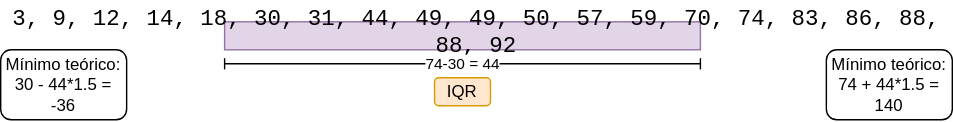
This is images/quart.drawio.svg from spideryzarc/labCD, a draw.io export, as it was before one commit. Source tidied: cells renumbered, new cells last; positions are measured from the earlier drawing's top-left corner, leaving out a move shared by most shapes. Source of this version:
```xml
<mxGraphModel>
  <root>
    <mxCell id="0" />
    <mxCell id="1" parent="0" />
    <mxCell id="2" style="rounded=0;whiteSpace=wrap;html=1;fillColor=#e1d5e7;strokeColor=#9673a6;" parent="1" vertex="1">
      <mxGeometry x="160" y="4" width="340" height="20" as="geometry" />
    </mxCell>
    <mxCell id="3" value="&lt;br&gt;&lt;span style=&quot;font-family: Liberation, Consolas, &amp;quot;Courier New&amp;quot;, monospace; font-size: 16px; font-style: normal; font-variant-ligatures: normal; font-variant-caps: normal; font-weight: 400; letter-spacing: normal; orphans: 2; text-align: start; text-indent: 0px; text-transform: none; widows: 2; word-spacing: 0px; -webkit-text-stroke-width: 0px; text-decoration-thickness: initial; text-decoration-style: initial; text-decoration-color: initial;&quot;&gt;3,  9, 12, 14, 18, 30, 31, 44, 49, 49, 50, 57, 59, 70, 74, 83, 86,&amp;nbsp;&lt;/span&gt;&lt;span style=&quot;font-family: Liberation, Consolas, &amp;quot;Courier New&amp;quot;, monospace; font-size: 16px; font-style: normal; font-variant-ligatures: normal; font-variant-caps: normal; font-weight: 400; letter-spacing: normal; orphans: 2; text-align: start; text-indent: 0px; text-transform: none; widows: 2; word-spacing: 0px; -webkit-text-stroke-width: 0px; text-decoration-thickness: initial; text-decoration-style: initial; text-decoration-color: initial;&quot;&gt;88, 88, 92&lt;/span&gt;&lt;br&gt;" style="text;html=1;align=center;verticalAlign=middle;whiteSpace=wrap;rounded=0;fillColor=none;fontColor=#000000;" parent="1" vertex="1">
      <mxGeometry width="680" height="10" as="geometry" />
    </mxCell>
    <mxCell id="4" value="74-30 = 44" style="endArrow=baseDash;startArrow=baseDash;html=1;startFill=0;endFill=0;" parent="1" edge="1">
      <mxGeometry relative="1" as="geometry">
        <mxPoint x="160" y="34" as="sourcePoint" />
        <mxPoint x="500" y="34" as="targetPoint" />
      </mxGeometry>
    </mxCell>
    <mxCell id="5" value="IQR" style="rounded=1;whiteSpace=wrap;html=1;fillColor=#ffe6cc;strokeColor=#d79b00;" parent="1" vertex="1">
      <mxGeometry x="310" y="44" width="40" height="20" as="geometry" />
    </mxCell>
    <mxCell id="6" value="Mínimo teórico: &lt;br&gt;30 - 44*1.5 =&lt;br&gt;-36" style="rounded=1;whiteSpace=wrap;html=1;" parent="1" vertex="1">
      <mxGeometry y="24" width="90" height="50" as="geometry" />
    </mxCell>
    <mxCell id="7" value="Mínimo teórico: &lt;br&gt;74 + 44*1.5 =&lt;br&gt;140" style="rounded=1;whiteSpace=wrap;html=1;" parent="1" vertex="1">
      <mxGeometry x="590" y="24" width="90" height="50" as="geometry" />
    </mxCell>
  </root>
</mxGraphModel>
```
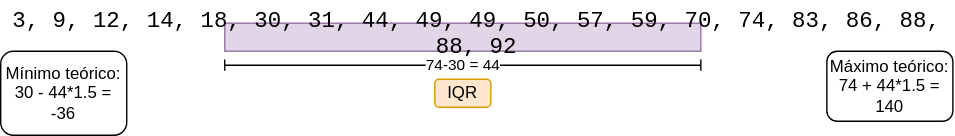
The same file after the commit.

Commit message:
Atualizar estatistica.md com correções no cálculo da média e exemplos

Diff of the diagram source:
```diff
@@ -18,9 +18,9 @@
       <mxGeometry x="310" y="44" width="40" height="20" as="geometry" />
     </mxCell>
     <mxCell id="6" value="Mínimo teórico: &lt;br&gt;30 - 44*1.5 =&lt;br&gt;-36" style="rounded=1;whiteSpace=wrap;html=1;" parent="1" vertex="1">
-      <mxGeometry y="24" width="90" height="50" as="geometry" />
+      <mxGeometry y="24" width="90" height="60" as="geometry" />
     </mxCell>
-    <mxCell id="7" value="Mínimo teórico: &lt;br&gt;74 + 44*1.5 =&lt;br&gt;140" style="rounded=1;whiteSpace=wrap;html=1;" parent="1" vertex="1">
+    <mxCell id="7" value="Máximo teórico: &lt;br&gt;74 + 44*1.5 =&lt;br&gt;140" style="rounded=1;whiteSpace=wrap;html=1;" parent="1" vertex="1">
       <mxGeometry x="590" y="24" width="90" height="50" as="geometry" />
     </mxCell>
   </root>
```
